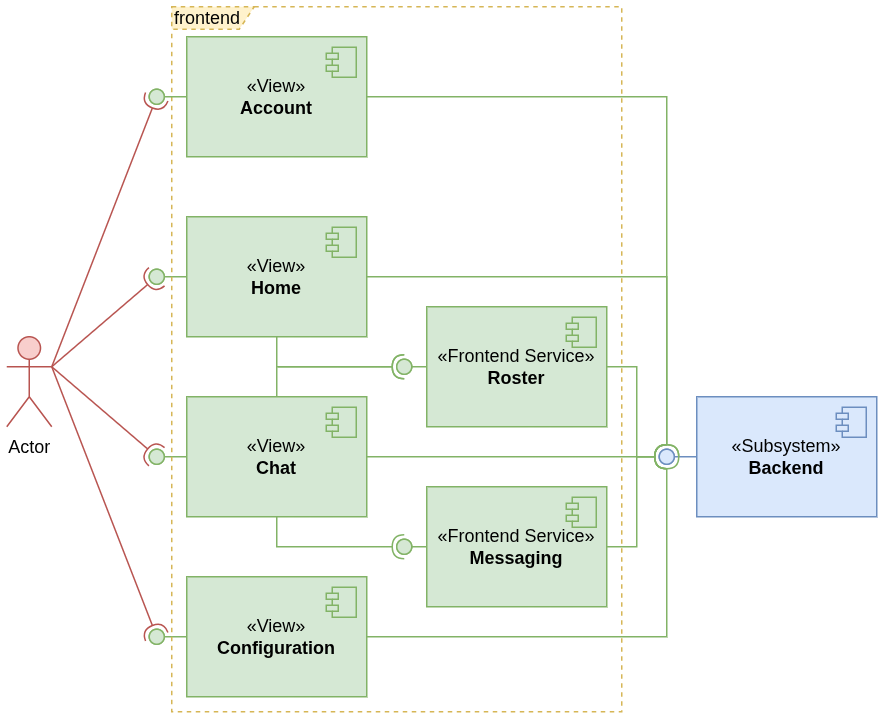
The draw.io diagram docs/brochain.vessel.frontend.cmp.png in abetaev/brochain, before a commit. Source tidied: cells renumbered, new cells last; positions are measured from the earlier drawing's top-left corner, leaving out a move shared by most shapes.
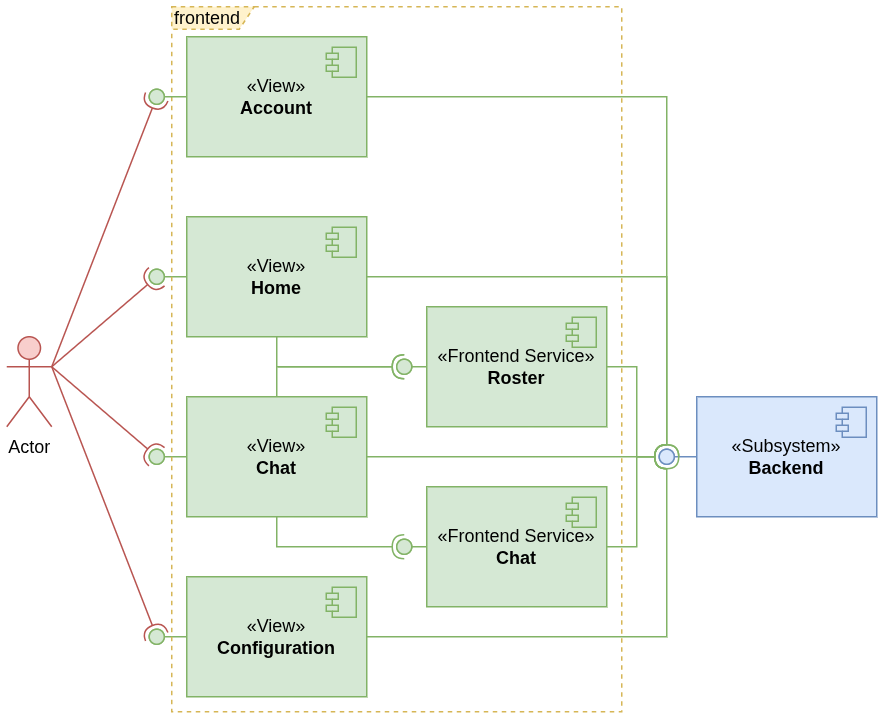
After the change.

Diff of the diagram source:
```diff
@@ -68,7 +68,7 @@
         <mxPoint x="-27" y="7" as="offset" />
       </mxGeometry>
     </mxCell>
-    <mxCell id="20" value="«Frontend Service»&lt;br&gt;&lt;b&gt;Messaging&lt;/b&gt;" style="html=1;whiteSpace=wrap;fillColor=#d5e8d4;strokeColor=#82b366;" parent="1" vertex="1">
+    <mxCell id="20" value="«Frontend Service»&lt;br&gt;&lt;b&gt;Chat&lt;/b&gt;" style="html=1;whiteSpace=wrap;fillColor=#d5e8d4;strokeColor=#82b366;" parent="1" vertex="1">
       <mxGeometry x="280" y="320" width="120" height="80" as="geometry" />
     </mxCell>
     <mxCell id="21" style="shape=module;jettyWidth=8;jettyHeight=4;fillColor=#d5e8d4;strokeColor=#82b366;" parent="20" vertex="1">
```
